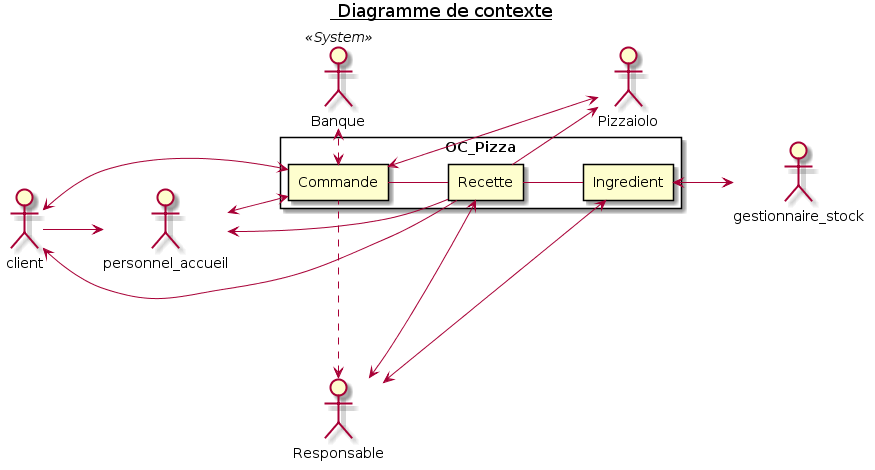
The PlantUML diagram doc/img/1_contextDiagram.png in Zepmanbc/oc_dapython_pr4, before a commit. The source it was exported from:
```plantuml
@startuml 1_contextDiagram
title <u> Diagramme de contexte</u>
left to right direction

actor Responsable as RESP
actor Pizzaiolo as PIZLO
actor gestionnaire_stock as GEST
actor personnel_accueil as ACCUEIL
actor client as CUSTOMER
actor Banque <<System>> as BANK

rectangle OC_Pizza {
    rectangle Commande AS CMD
    rectangle Recette AS RECIPE
    rectangle Ingredient AS ITEM
}

CMD -- RECIPE
RECIPE -- ITEM

CUSTOMER --> ACCUEIL

GEST <-u-> ITEM

CUSTOMER <--> CMD
CUSTOMER <-- RECIPE

ACCUEIL <--> CMD
ACCUEIL <-- RECIPE

RESP <.. CMD
RESP <--> RECIPE
RESP <-l-> ITEM

PIZLO <-u- RECIPE
PIZLO <--> CMD

BANK <.l.> CMD

@enduml
```
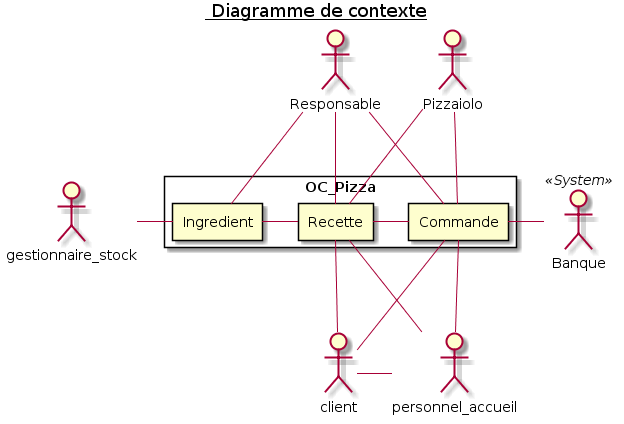
After the change.

Diff of the diagram source:
```diff
@@ -1,13 +1,5 @@
 @startuml 1_contextDiagram
 title <u> Diagramme de contexte</u>
-left to right direction
-
-actor Responsable as RESP
-actor Pizzaiolo as PIZLO
-actor gestionnaire_stock as GEST
-actor personnel_accueil as ACCUEIL
-actor client as CUSTOMER
-actor Banque <<System>> as BANK
 
 rectangle OC_Pizza {
     rectangle Commande AS CMD
@@ -15,26 +7,42 @@
     rectangle Ingredient AS ITEM
 }
 
-CMD -- RECIPE
-RECIPE -- ITEM
+actor Responsable as RESP
+actor Pizzaiolo as PIZLO
 
-CUSTOMER --> ACCUEIL
+actor Banque <<System>> as BANK
 
-GEST <-u-> ITEM
+actor client as CUSTOMER
+actor personnel_accueil as ACCUEIL
 
-CUSTOMER <--> CMD
-CUSTOMER <-- RECIPE
 
-ACCUEIL <--> CMD
-ACCUEIL <-- RECIPE
+actor gestionnaire_stock as GEST
 
-RESP <.. CMD
-RESP <--> RECIPE
-RESP <-l-> ITEM
 
-PIZLO <-u- RECIPE
-PIZLO <--> CMD
+GEST -r- ITEM
 
-BANK <.l.> CMD
+CMD - RECIPE
+RECIPE - ITEM
+
+RESP -- RECIPE
+RESP -- ITEM
+RESP -- CMD
+
+PIZLO -- RECIPE
+PIZLO -- CMD
+
+
+CMD - BANK
+
+
+CMD -- CUSTOMER
+CMD -- ACCUEIL
+RECIPE -- CUSTOMER
+RECIPE -- ACCUEIL
+CUSTOMER - ACCUEIL
+
+
+
+
 
 @enduml
```
